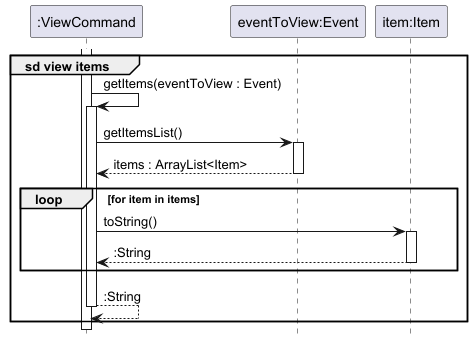
Earlier version of the PlantUML export docs/images/ViewItemSequenceDiagram.png (nus-cs2113-AY2425S1/tp).
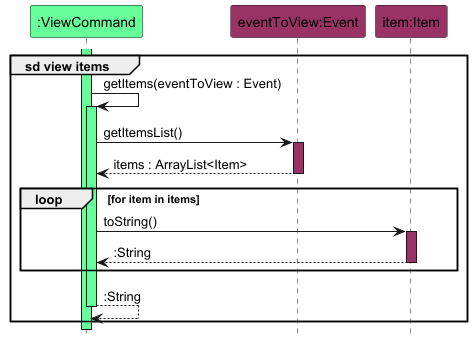
After the change.

Change to the diagram source:
```diff
@@ -2,23 +2,23 @@
 !include style.puml
 hide footbox
 
-participant ":ViewCommand" as command
-participant "eventToView:Event" as event
-participant "item:Item" as item
+participant ":ViewCommand" as command COMMAND_COLOUR
+participant "eventToView:Event" as event EVENT_COLOUR
+participant "item:Item" as item EVENT_COLOUR
 
 group sd view items
-activate command
+activate command COMMAND_COLOUR
     command -> command : getItems(eventToView : Event)
-    activate command
+    activate command COMMAND_COLOUR
 
     command -> event : getItemsList()
-    activate event
+    activate event EVENT_COLOUR
 
     return items : ArrayList<Item>
 
     loop for item in items
         command -> item : toString()
-        activate item
+        activate item EVENT_COLOUR
         return :String
     end
 
```
